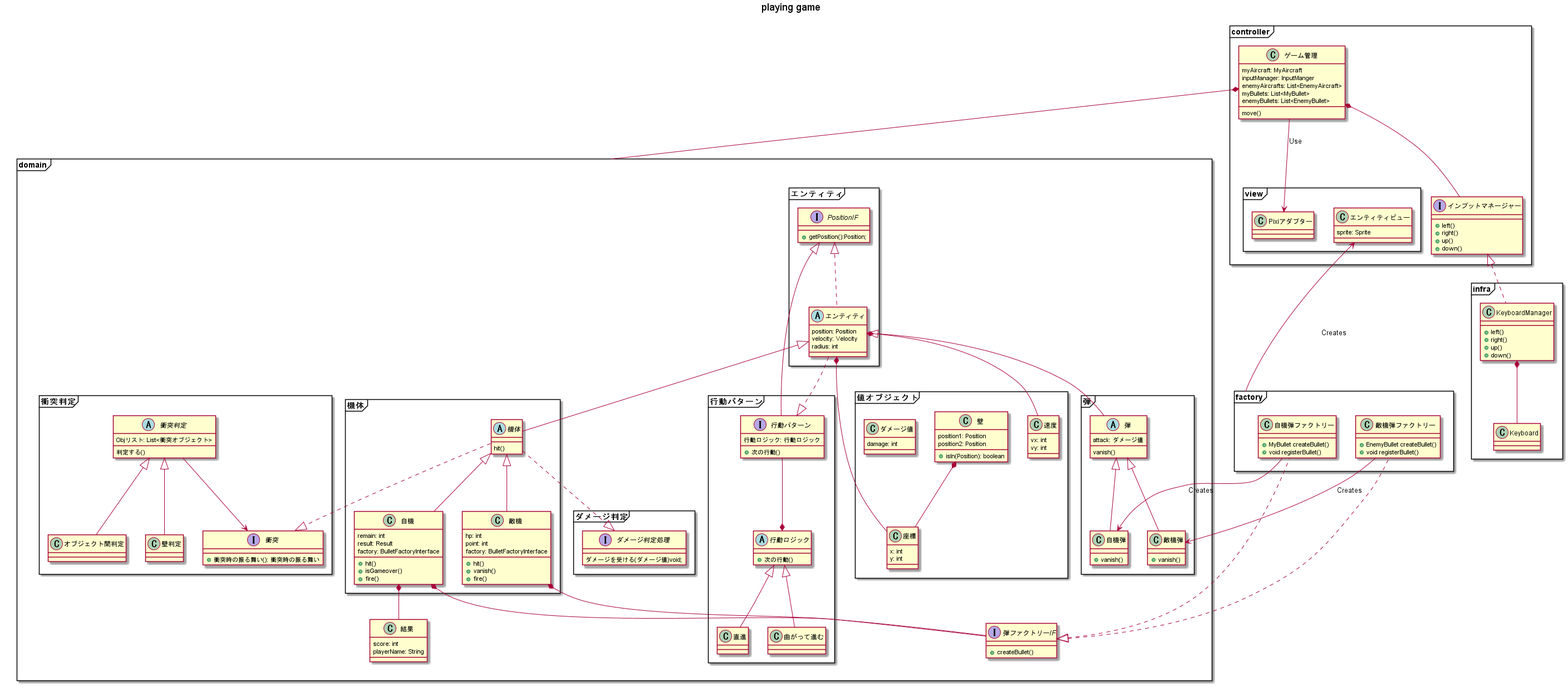
This is out/domain_modeling/クラス図-ふるまい/playing game.png from tokyo-forest/shooting-ddd, a PlantUML export, as it was before one commit.
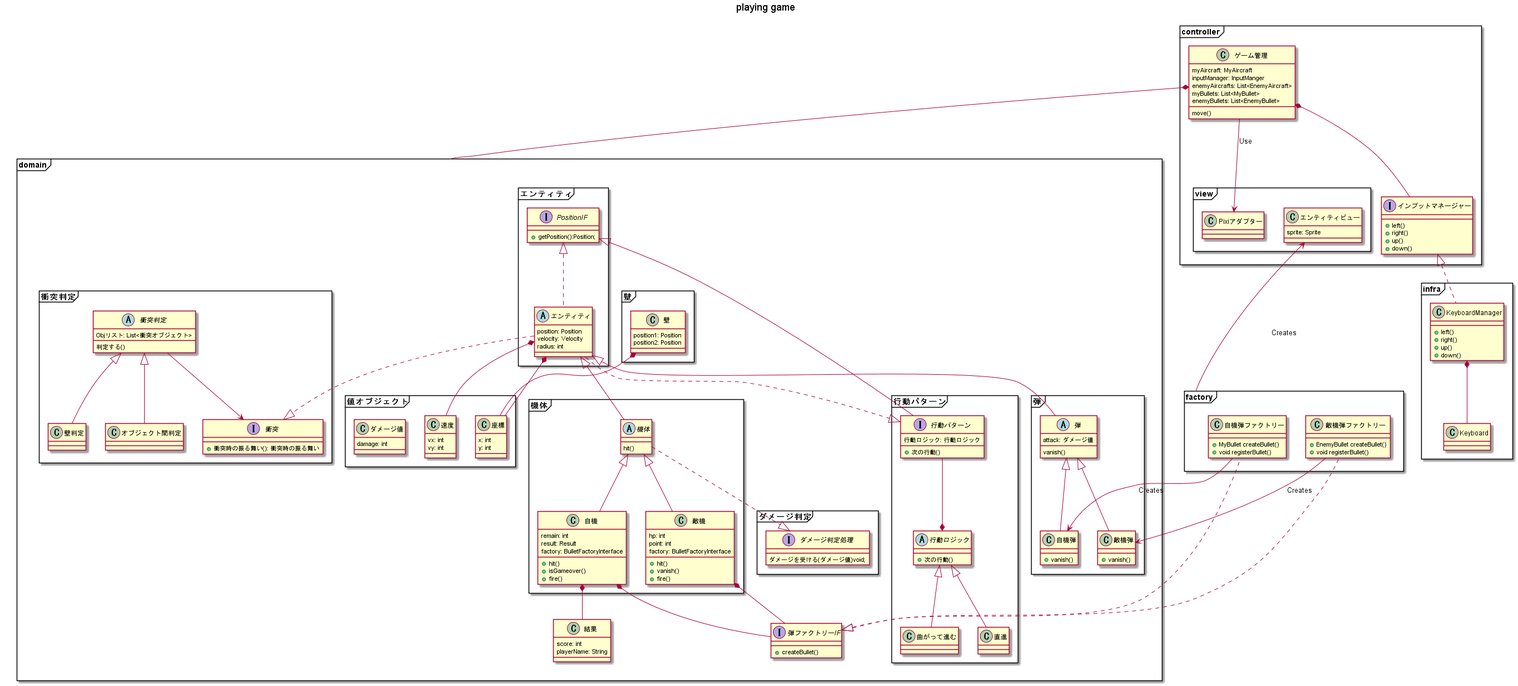
Above is the later version.

Commit message:
一端コミット

The edit, as a diff of the source:
```diff
@@ -27,16 +27,19 @@
             vy: int
         }
 
+
+        class "ダメージ値" as Damage {
+            damage: int
+        }
+    }
+
+    package 壁 <<Frame>> {
         class "壁" as Wall {
             position1: Position
             position2: Position
 
-            +isIn(Position): boolean
         }
 
-        class "ダメージ値" as Damage {
-            damage: int
-        }
     }
 
     Wall *-- Position
@@ -123,28 +126,28 @@
             +衝突時の振る舞い(): 衝突時の振る舞い
         }
 
-        abstract 衝突判定 {
+        abstract "衝突判定" as CollisionJudge {
             Objリスト: List<衝突オブジェクト>
             判定する()
         }
 
-        class オブジェクト間判定 extends 衝突判定{
+        class オブジェクト間判定 extends CollisionJudge{
         }
 
-        class 壁判定 extends 衝突判定{
+        class 壁判定 extends CollisionJudge{
         }
 
-        衝突判定 --> ICollision
-        Aircraft ..|> ICollision
+        CollisionJudge --> ICollision
+        Entity ..|> ICollision
 
     }
 
     package ダメージ判定 <<Frame>> {
-        interface ダメージ判定処理 {
+        interface "ダメージ判定処理" as DamageJudge {
             ダメージを受ける(ダメージ値)void;
         }
 
-        Aircraft ..|> ダメージ判定処理
+        Aircraft ..|> DamageJudge
     }
 
 }
```
